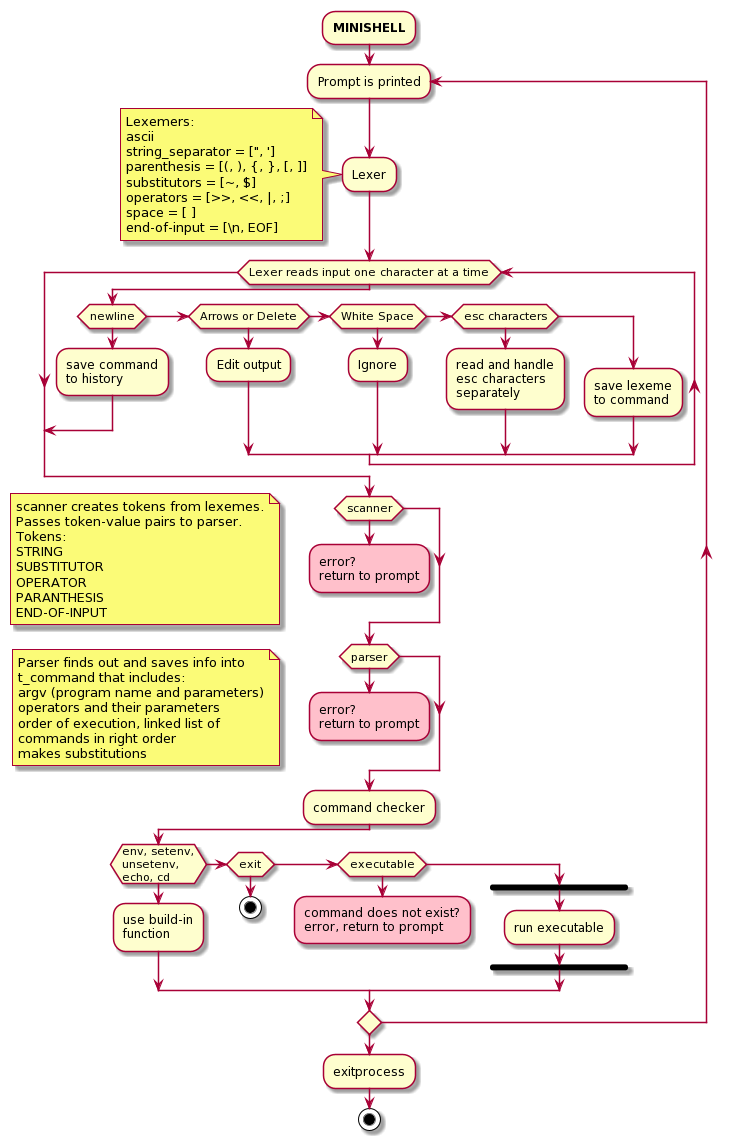
Earlier version of the PlantUML export images/activity_diagram.png (hlaineka/minishell). The source it was exported from:
```plantuml
@startuml
:**MINISHELL**;
repeat :Prompt is printed;
:Lexer;
note left
Lexemers:
ascii
string_separator = [", ']
parenthesis = [(, ), {, }, [, ]]
substitutors = [~, $]
operators = [>>, <<, |, ;]
space = [ ]
end-of-input = [\n, EOF]
end note
while (Lexer reads input one character at a time)
  if (newline) then
    :save command
to history;
    break;
  else if (Arrows or Delete) then
    :Edit output;
  else if (White Space) then
    :Ignore;
  else if (esc characters)
    :read and handle
esc characters
separately;
else
:save lexeme
to command;
endif
endwhile
if (scanner)
  #pink:error?
return to prompt;
  kill
endif
note left
scanner creates tokens from lexemes.
Passes token-value pairs to parser.
Tokens:
STRING
SUBSTITUTOR
OPERATOR
PARANTHESIS
END-OF-INPUT
end note
if (parser)
 #pink:error?
return to prompt;
  kill
endif
note left
Parser finds out and saves info into
t_command that includes:
argv (program name and parameters)
operators and their parameters
order of execution, linked list of
commands in right order
makes substitutions
end note
:command checker;
  if (env, setenv,
unsetenv,
echo, cd) then
    :use build-in
function;
  else if (exit) then
     stop;
  else if (executable) then
     #pink:command does not exist?
error, return to prompt;
     kill
else
     fork
       :run executable;
     end fork
endif
repeat while ()
:exitprocess;
stop;
@enduml
```
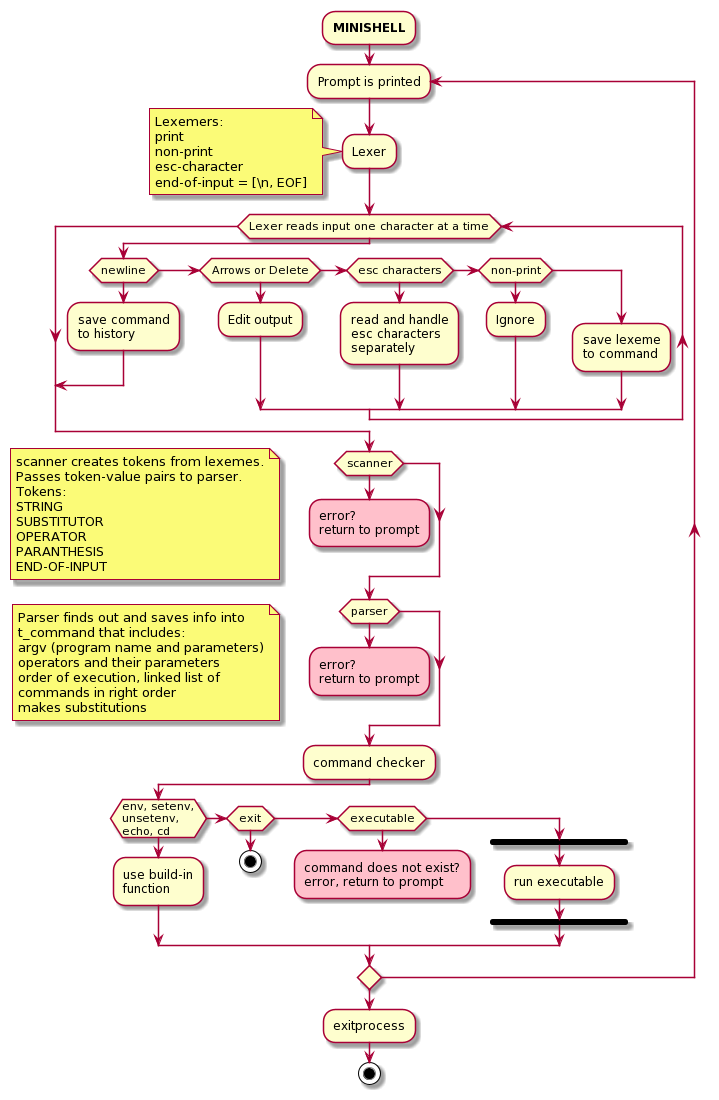
After the change.

Commit message:
activity diagram update

The edit, as a diff of the source:
```diff
@@ -4,12 +4,9 @@
 :Lexer;
 note left
 Lexemers:
-ascii
-string_separator = [", ']
-parenthesis = [(, ), {, }, [, ]]
-substitutors = [~, $]
-operators = [>>, <<, |, ;]
-space = [ ]
+print
+non-print
+esc-character
 end-of-input = [\n, EOF]
 end note
 while (Lexer reads input one character at a time)
@@ -19,12 +16,12 @@
     break;
   else if (Arrows or Delete) then
     :Edit output;
-  else if (White Space) then
-    :Ignore;
   else if (esc characters)
     :read and handle
 esc characters
 separately;
+else if (non-print) then
+    :Ignore;
 else
 :save lexeme
 to command;
```
